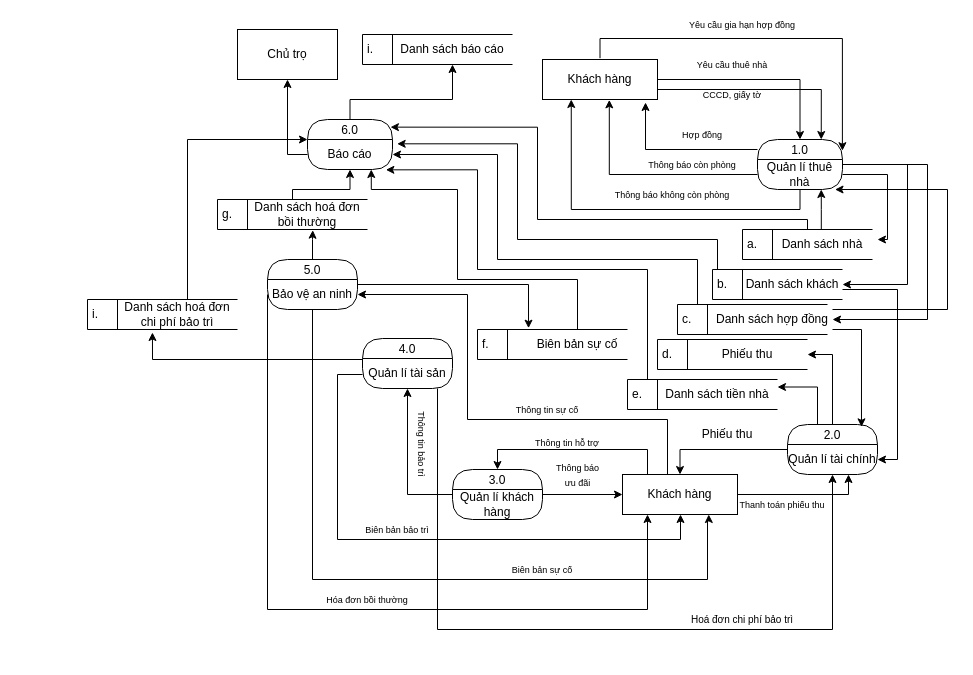
Above: Phân tích thiết kế hệ thống/Tuan4_5/DFD_0.drawio in Nguyeniris123/DH22IT01OU (draw.io), before the change. Source tidied: cells renumbered, new cells numbered last; positions are measured from the earlier drawing's top-left corner, leaving out a move shared by most shapes. Both pictures are drawn from the tidied source at 100%, with x=0, y=0 at pixel (87, 19).
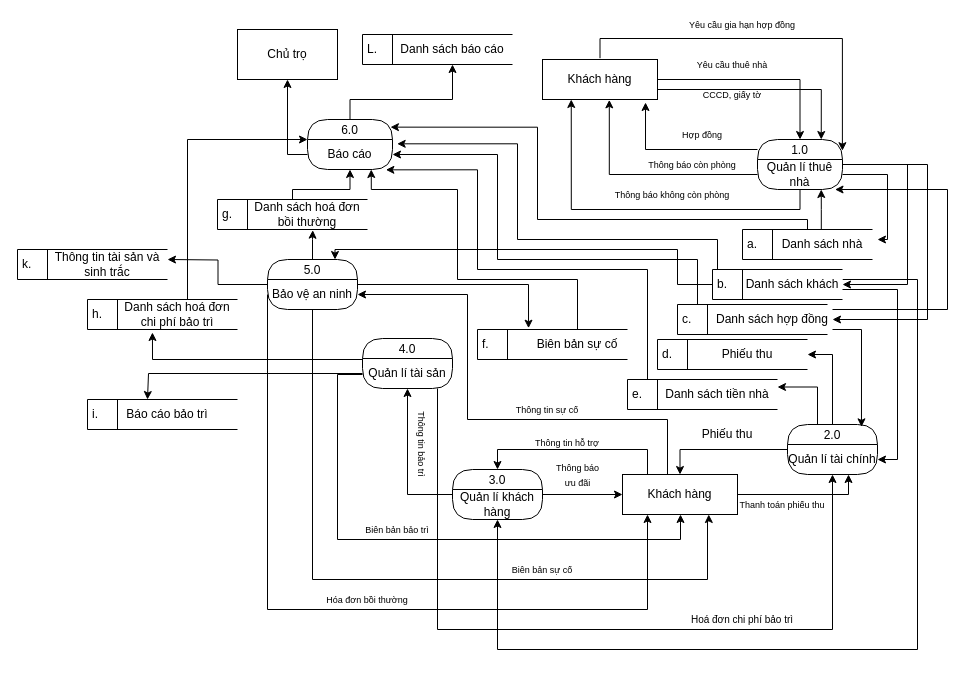
Above is the later version.

Unchanged cells that the change refers to:
```xml
<mxCell id="11" value="4.0" style="swimlane;fontStyle=0;horizontal=1;startSize=20;fillColor=#ffffff;swimlaneFillColor=#ffffff;rounded=1;glass=0;arcSize=50;" parent="1" vertex="1">
  <mxGeometry x="275" y="319" width="90" height="50" as="geometry" />
</mxCell>
<mxCell id="12" value="Quản lí tài sản" style="text;html=1;align=center;verticalAlign=middle;whiteSpace=wrap;rounded=0;" parent="11" vertex="1">
  <mxGeometry y="20" width="90" height="30" as="geometry" />
</mxCell>
<mxCell id="15" value="3.0" style="swimlane;fontStyle=0;horizontal=1;startSize=20;fillColor=#ffffff;swimlaneFillColor=#ffffff;rounded=1;glass=0;arcSize=50;" parent="1" vertex="1">
  <mxGeometry x="365" y="450" width="90" height="50" as="geometry" />
</mxCell>
<mxCell id="17" value="5.0" style="swimlane;fontStyle=0;horizontal=1;startSize=20;fillColor=#ffffff;swimlaneFillColor=#ffffff;rounded=1;glass=0;arcSize=50;" parent="1" vertex="1">
  <mxGeometry x="180" y="240" width="90" height="50" as="geometry" />
</mxCell>
<mxCell id="34" value="b." style="html=1;dashed=0;whiteSpace=wrap;shape=mxgraph.dfd.dataStoreID;align=left;spacingLeft=3;points=[[0,0],[0.5,0],[1,0],[0,0.5],[1,0.5],[0,1],[0.5,1],[1,1]];" parent="1" vertex="1">
  <mxGeometry x="625" y="250" width="130" height="30" as="geometry" />
</mxCell>
```

The edit, as a diff of the source:
```diff
@@
+    <mxCell id="88" style="edgeStyle=orthogonalEdgeStyle;rounded=0;jettySize=auto;html=1;" parent="11" edge="1" source="12">
+      <mxGeometry relative="1" as="geometry">
+        <mxPoint x="-215" y="61" as="targetPoint" />
+        <Array as="points">
+          <mxPoint x="-214" y="35" />
+          <mxPoint x="-214" y="61" />
+        </Array>
+      </mxGeometry>
+    </mxCell>
@@
+    <mxCell id="89" style="edgeStyle=orthogonalEdgeStyle;rounded=0;jettySize=auto;html=1;" parent="1" edge="1" source="17">
+      <mxGeometry relative="1" as="geometry">
+        <mxPoint x="80" y="240" as="targetPoint" />
+      </mxGeometry>
+    </mxCell>
@@
+    <mxCell id="90" style="edgeStyle=orthogonalEdgeStyle;rounded=0;jettySize=auto;html=1;" parent="1" edge="1" source="34" target="15">
+      <mxGeometry relative="1" as="geometry">
+        <Array as="points">
+          <mxPoint x="830" y="260" />
+          <mxPoint x="830" y="630" />
+          <mxPoint x="410" y="630" />
+        </Array>
+      </mxGeometry>
+    </mxCell>
+    <mxCell id="91" style="edgeStyle=orthogonalEdgeStyle;rounded=0;jettySize=auto;html=1;entryX=0.75;entryY=0;entryDx=0;entryDy=0;" parent="1" edge="1" source="34" target="17">
+      <mxGeometry relative="1" as="geometry">
+        <Array as="points">
+          <mxPoint x="590" y="265" />
+          <mxPoint x="590" y="230" />
+          <mxPoint x="248" y="230" />
+        </Array>
+      </mxGeometry>
+    </mxCell>
@@
-    <mxCell id="72" value="i." style="html=1;dashed=0;whiteSpace=wrap;shape=mxgraph.dfd.dataStoreID;align=left;spacingLeft=3;" parent="1" vertex="1">
+    <mxCell id="72" value="L." style="html=1;dashed=0;whiteSpace=wrap;shape=mxgraph.dfd.dataStoreID;align=left;spacingLeft=3;" parent="1" vertex="1">
       <mxGeometry x="275" y="15" width="150" height="30" as="geometry" />
     </mxCell>
@@
-    <mxCell id="84" value="i." style="html=1;dashed=0;whiteSpace=wrap;shape=mxgraph.dfd.dataStoreID;align=left;spacingLeft=3;points=[[0,0],[0.5,0],[1,0],[0,0.5],[1,0.5],[0,1],[0.5,1],[1,1]];" parent="1" vertex="1">
+    <mxCell id="84" value="h." style="html=1;dashed=0;whiteSpace=wrap;shape=mxgraph.dfd.dataStoreID;align=left;spacingLeft=3;points=[[0,0],[0.5,0],[1,0],[0,0.5],[1,0.5],[0,1],[0.5,1],[1,1]];" parent="1" vertex="1">
       <mxGeometry y="280" width="150" height="30" as="geometry" />
     </mxCell>
@@
+    <mxCell id="92" value="i." style="html=1;dashed=0;whiteSpace=wrap;shape=mxgraph.dfd.dataStoreID;align=left;spacingLeft=3;" parent="1" vertex="1">
+      <mxGeometry y="380" width="150" height="30" as="geometry" />
+    </mxCell>
+    <mxCell id="93" value="Báo cáo bảo trì" style="text;html=1;align=center;verticalAlign=middle;whiteSpace=wrap;rounded=0;" parent="1" vertex="1">
+      <mxGeometry x="20" y="380" width="120" height="30" as="geometry" />
+    </mxCell>
+    <mxCell id="94" value="k." style="html=1;dashed=0;whiteSpace=wrap;shape=mxgraph.dfd.dataStoreID;align=left;spacingLeft=3;" parent="1" vertex="1">
+      <mxGeometry x="-70" y="230" width="150" height="30" as="geometry" />
+    </mxCell>
+    <mxCell id="95" value="Thông tin tài sản và sinh trắc" style="text;html=1;align=center;verticalAlign=middle;whiteSpace=wrap;rounded=0;" parent="1" vertex="1">
+      <mxGeometry x="-40" y="230" width="120" height="30" as="geometry" />
+    </mxCell>
```
